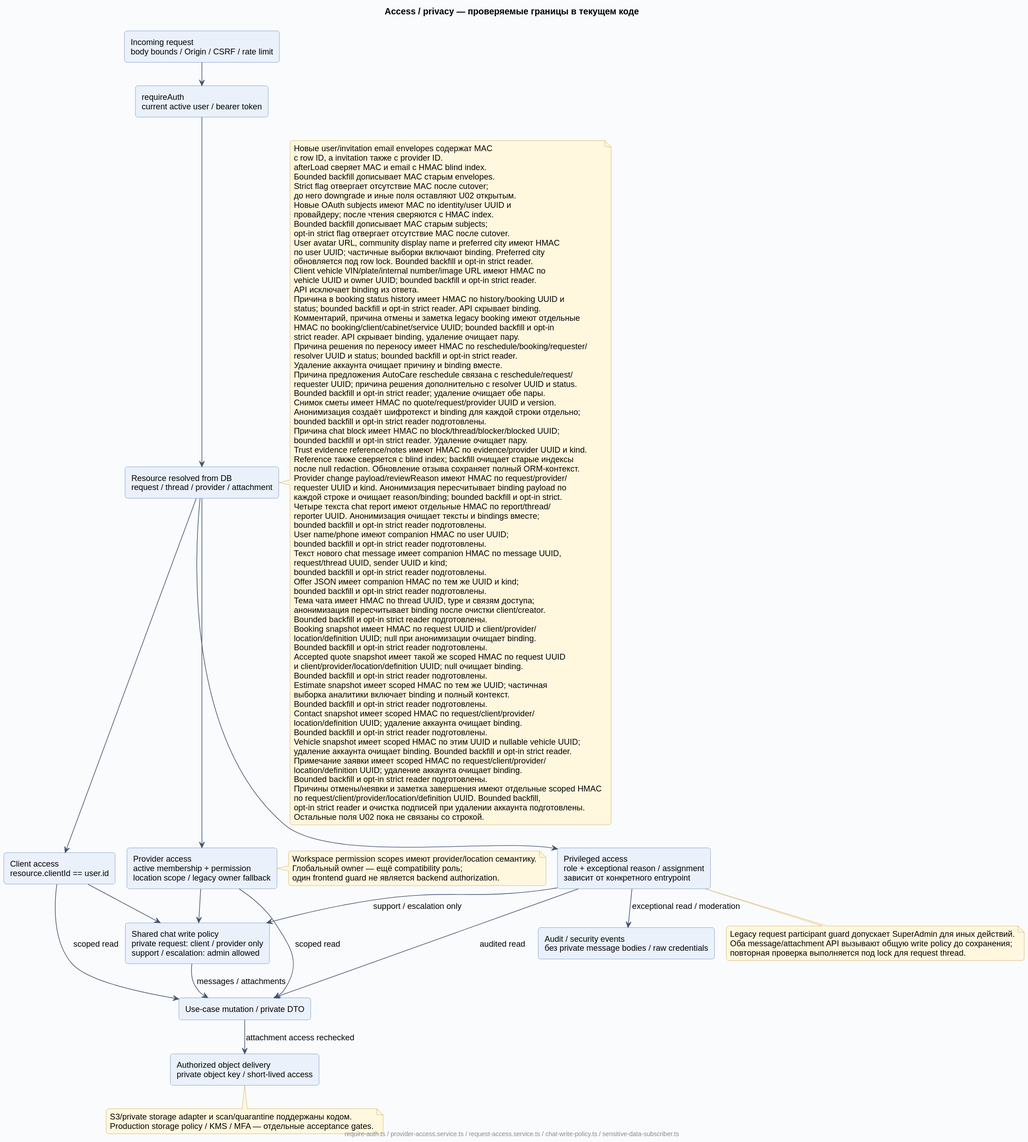
Before: docs/diagrams/rendered/09-access-privacy.svg, a diagram exported from PlantUML (Dima163163/auto-care-hub).
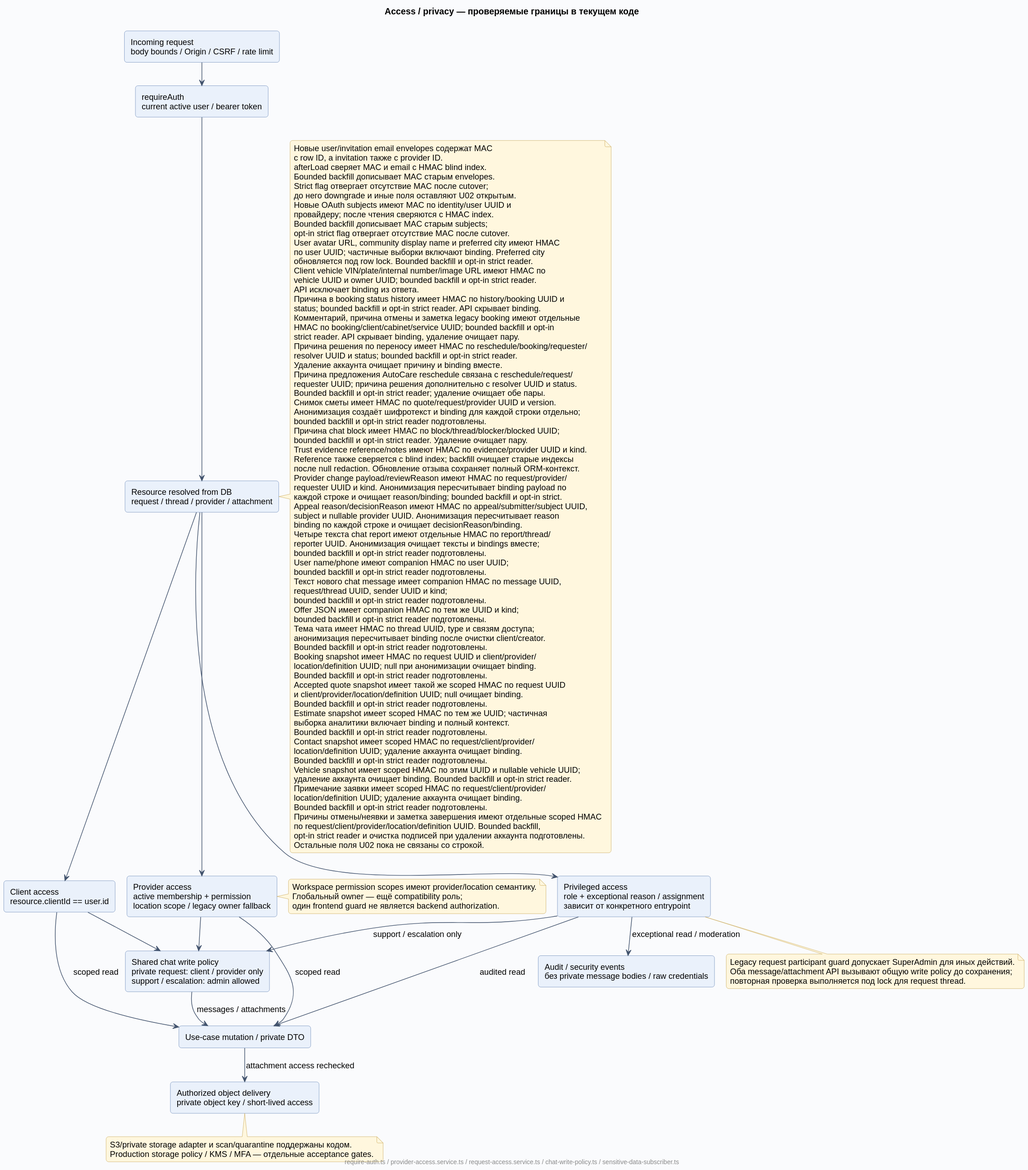
The same file after the commit.

What changed in the source:
```diff
@@ -70,6 +70,9 @@
   Provider change payload/reviewReason имеют HMAC по request/provider/
   requester UUID и kind. Анонимизация пересчитывает binding payload по
   каждой строке и очищает reason/binding; bounded backfill и opt-in strict.
+  Appeal reason/decisionReason имеют HMAC по appeal/submitter/subject UUID,
+  subject и nullable provider UUID. Анонимизация пересчитывает reason
+  binding по каждой строке и очищает decisionReason/binding.
   Четыре текста chat report имеют отдельные HMAC по report/thread/
   reporter UUID. Анонимизация очищает тексты и bindings вместе;
   bounded backfill и opt-in strict reader подготовлены.
```
